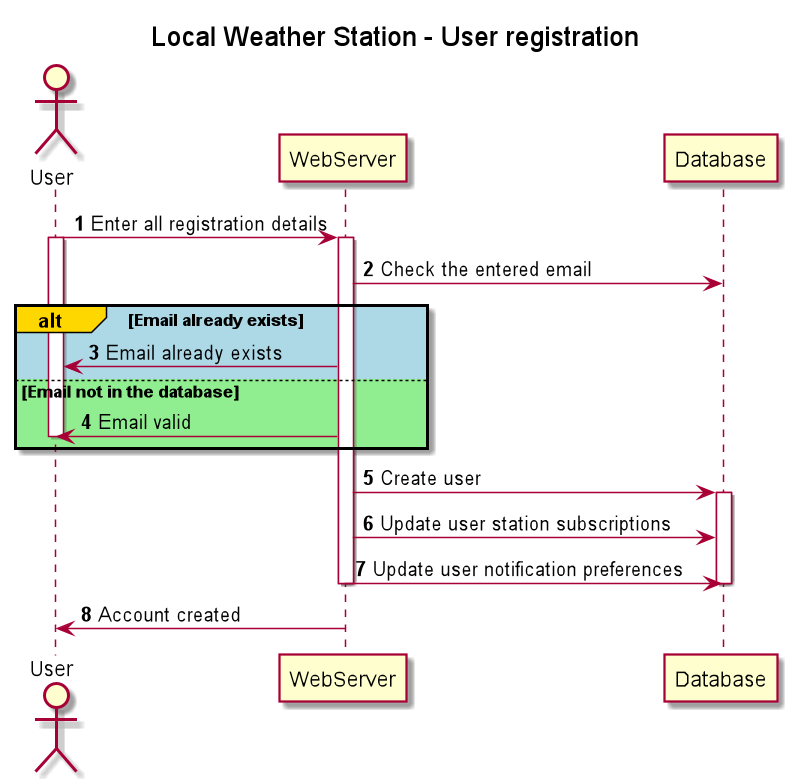
Above: diagrams/sequence/Local_Weather_Station_User_registration.png in ooad-sv/semester-project-design (PlantUML), before the change.
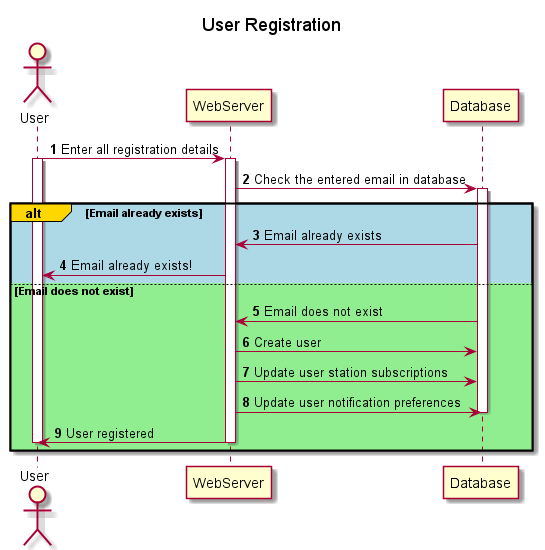
Later version of the same file.

Diff of the diagram source:
```diff
@@ -1,5 +1,5 @@
 @startuml
-title Local Weather Station - User registration
+title User Registration
 autonumber
 actor User
 participant WebServer
@@ -8,19 +8,19 @@
 User -> WebServer: Enter all registration details
 activate User
 activate WebServer
-WebServer -> Database: Check the entered email
+WebServer -> Database: Check the entered email in database
+activate Database
 alt#Gold #LightBlue Email already exists
-    WebServer -> User: Email already exists
-else #LightGreen Email not in the database
-    WebServer -> User: Email valid
-    deactivate User
-end
+    Database -> WebServer: Email already exists
+    WebServer -> User: Email already exists!
+else #LightGreen Email does not exist
+    Database -> WebServer: Email does not exist
 WebServer -> Database: Create user
-activate Database
 WebServer -> Database: Update user station subscriptions
 WebServer -> Database: Update user notification preferences
 deactivate Database
+WebServer -> User: User registered
 deactivate WebServer
-WebServer -> User: Account created
 deactivate User
+end
 @enduml
```
